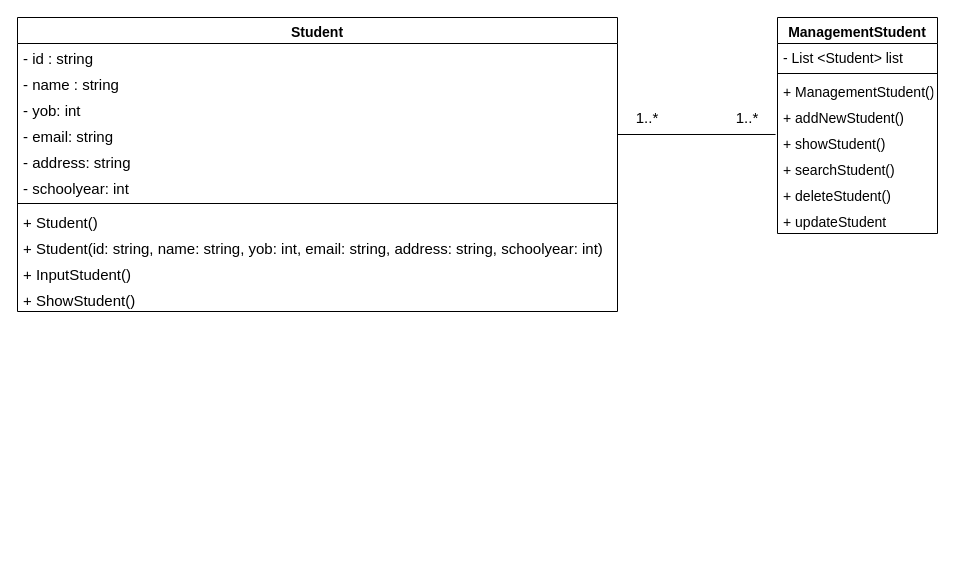
anthanh-github/github keeps this draw.io diagram as classdiargam.drawio. Above is the earlier version. Source tidied: cells renumbered, new cells numbered last; positions are measured from the earlier drawing's top-left corner, leaving out a move shared by most shapes. Both pictures are drawn from the tidied source at 100%, with x=0, y=0 at pixel (17, 17).
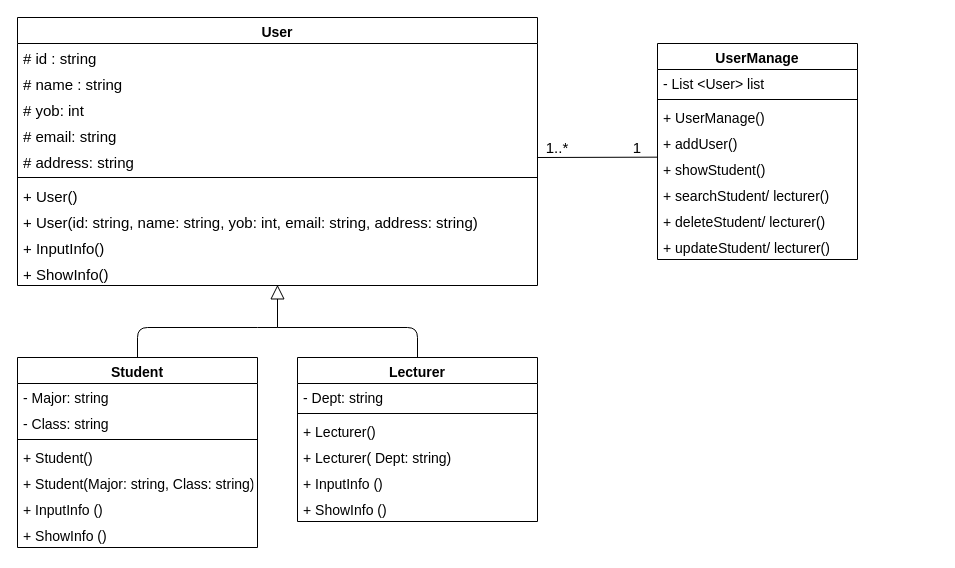
The same diagram, later.

Diff of the diagram source:
```diff
@@
-    <mxCell id="2" value="Student" style="swimlane;fontStyle=1;align=center;verticalAlign=top;horizontal=1;startSize=26;fontSize=14;" parent="1" vertex="1">
-      <mxGeometry width="600" height="294" as="geometry" />
+    <mxCell id="2" value="User" style="swimlane;fontStyle=1;align=center;verticalAlign=top;horizontal=1;startSize=26;fontSize=14;" parent="1" vertex="1">
+      <mxGeometry width="520" height="268" as="geometry" />
     </mxCell>
-    <mxCell id="3" value="- id : string" style="text;strokeColor=none;fillColor=none;align=left;verticalAlign=top;spacingLeft=4;spacingRight=4;overflow=hidden;fontSize=15;" parent="2" vertex="1">
-      <mxGeometry y="26" width="600" height="26" as="geometry" />
+    <mxCell id="3" value="# id : string" style="text;strokeColor=none;fillColor=none;align=left;verticalAlign=top;spacingLeft=4;spacingRight=4;overflow=hidden;fontSize=15;" parent="2" vertex="1">
+      <mxGeometry y="26" width="520" height="26" as="geometry" />
     </mxCell>
-    <mxCell id="4" value="- name : string" style="text;strokeColor=none;fillColor=none;align=left;verticalAlign=top;spacingLeft=4;spacingRight=4;overflow=hidden;fontSize=15;" parent="2" vertex="1">
-      <mxGeometry y="52" width="600" height="26" as="geometry" />
+    <mxCell id="4" value="# name : string" style="text;strokeColor=none;fillColor=none;align=left;verticalAlign=top;spacingLeft=4;spacingRight=4;overflow=hidden;fontSize=15;" parent="2" vertex="1">
+      <mxGeometry y="52" width="520" height="26" as="geometry" />
     </mxCell>
-    <mxCell id="5" value="- yob: int" style="text;strokeColor=none;fillColor=none;align=left;verticalAlign=top;spacingLeft=4;spacingRight=4;overflow=hidden;fontSize=15;" parent="2" vertex="1">
-      <mxGeometry y="78" width="600" height="26" as="geometry" />
+    <mxCell id="5" value="# yob: int" style="text;strokeColor=none;fillColor=none;align=left;verticalAlign=top;spacingLeft=4;spacingRight=4;overflow=hidden;fontSize=15;" parent="2" vertex="1">
+      <mxGeometry y="78" width="520" height="26" as="geometry" />
     </mxCell>
-    <mxCell id="6" value="- email: string" style="text;strokeColor=none;fillColor=none;align=left;verticalAlign=top;spacingLeft=4;spacingRight=4;overflow=hidden;points=[[0,0.5],[1,0.5]];portConstraint=eastwest;fontSize=15;" parent="2" vertex="1">
-      <mxGeometry y="104" width="600" height="26" as="geometry" />
+    <mxCell id="6" value="# email: string" style="text;strokeColor=none;fillColor=none;align=left;verticalAlign=top;spacingLeft=4;spacingRight=4;overflow=hidden;points=[[0,0.5],[1,0.5]];portConstraint=eastwest;fontSize=15;" parent="2" vertex="1">
+      <mxGeometry y="104" width="520" height="26" as="geometry" />
     </mxCell>
-    <mxCell id="7" value="- address: string" style="text;strokeColor=none;fillColor=none;align=left;verticalAlign=top;spacingLeft=4;spacingRight=4;overflow=hidden;points=[[0,0.5],[1,0.5]];portConstraint=eastwest;fontSize=15;" parent="2" vertex="1">
-      <mxGeometry y="130" width="600" height="26" as="geometry" />
+    <mxCell id="7" value="# address: string" style="text;strokeColor=none;fillColor=none;align=left;verticalAlign=top;spacingLeft=4;spacingRight=4;overflow=hidden;points=[[0,0.5],[1,0.5]];portConstraint=eastwest;fontSize=15;" parent="2" vertex="1">
+      <mxGeometry y="130" width="520" height="26" as="geometry" />
     </mxCell>
-    <mxCell id="8" value="- schoolyear: int" style="text;strokeColor=none;fillColor=none;align=left;verticalAlign=top;spacingLeft=4;spacingRight=4;overflow=hidden;fontSize=15;" parent="2" vertex="1">
-      <mxGeometry y="156" width="600" height="26" as="geometry" />
-    </mxCell>
     <mxCell id="9" style="line;strokeWidth=1;fillColor=none;align=left;verticalAlign=middle;spacingTop=-1;spacingLeft=3;spacingRight=3;labelPosition=right;" parent="2" vertex="1">
-      <mxGeometry y="182" width="600" height="8" as="geometry" />
+      <mxGeometry y="156" width="520" height="8" as="geometry" />
     </mxCell>
-    <mxCell id="10" value="+ Student()" style="text;strokeColor=none;fillColor=none;align=left;verticalAlign=top;spacingLeft=4;spacingRight=4;overflow=hidden;fontSize=15;" parent="2" vertex="1">
-      <mxGeometry y="190" width="600" height="26" as="geometry" />
+    <mxCell id="10" value="+ User()" style="text;strokeColor=none;fillColor=none;align=left;verticalAlign=top;spacingLeft=4;spacingRight=4;overflow=hidden;fontSize=15;" parent="2" vertex="1">
+      <mxGeometry y="164" width="520" height="26" as="geometry" />
     </mxCell>
-    <mxCell id="11" value="+ Student(id: string, name: string, yob: int, email: string, address: string, schoolyear: int)" style="text;strokeColor=none;fillColor=none;align=left;verticalAlign=top;spacingLeft=4;spacingRight=4;overflow=hidden;fontSize=15;" parent="2" vertex="1">
-      <mxGeometry y="216" width="600" height="26" as="geometry" />
+    <mxCell id="11" value="+ User(id: string, name: string, yob: int, email: string, address: string)" style="text;strokeColor=none;fillColor=none;align=left;verticalAlign=top;spacingLeft=4;spacingRight=4;overflow=hidden;fontSize=15;" parent="2" vertex="1">
+      <mxGeometry y="190" width="520" height="26" as="geometry" />
     </mxCell>
-    <mxCell id="12" value="+ InputStudent()" style="text;strokeColor=none;fillColor=none;align=left;verticalAlign=top;spacingLeft=4;spacingRight=4;overflow=hidden;fontSize=15;" parent="2" vertex="1">
-      <mxGeometry y="242" width="600" height="26" as="geometry" />
+    <mxCell id="12" value="+ InputInfo()" style="text;strokeColor=none;fillColor=none;align=left;verticalAlign=top;spacingLeft=4;spacingRight=4;overflow=hidden;fontSize=15;" parent="2" vertex="1">
+      <mxGeometry y="216" width="520" height="26" as="geometry" />
     </mxCell>
-    <mxCell id="13" value="+ ShowStudent()" style="text;strokeColor=none;fillColor=none;align=left;verticalAlign=top;spacingLeft=4;spacingRight=4;overflow=hidden;points=[[0,0.5],[1,0.5]];portConstraint=eastwest;fontSize=15;" parent="2" vertex="1">
-      <mxGeometry y="268" width="600" height="26" as="geometry" />
+    <mxCell id="13" value="+ ShowInfo()" style="text;strokeColor=none;fillColor=none;align=left;verticalAlign=top;spacingLeft=4;spacingRight=4;overflow=hidden;points=[[0,0.5],[1,0.5]];portConstraint=eastwest;fontSize=15;" parent="2" vertex="1">
+      <mxGeometry y="242" width="520" height="26" as="geometry" />
     </mxCell>
-    <mxCell id="14" value="ManagementStudent" style="swimlane;fontStyle=1;align=center;verticalAlign=top;horizontal=1;startSize=26;fontSize=14;" parent="1" vertex="1">
-      <mxGeometry x="760" width="160" height="216" as="geometry" />
+    <mxCell id="14" value="UserManage" style="swimlane;fontStyle=1;align=center;verticalAlign=top;horizontal=1;startSize=26;fontSize=14;" parent="1" vertex="1">
+      <mxGeometry x="640" y="26" width="200" height="216" as="geometry" />
     </mxCell>
-    <mxCell id="15" value="- List &lt;Student&gt; list" style="text;strokeColor=none;fillColor=none;align=left;verticalAlign=top;spacingLeft=4;spacingRight=4;overflow=hidden;fontSize=14;" parent="14" vertex="1">
-      <mxGeometry y="26" width="160" height="26" as="geometry" />
+    <mxCell id="15" value="- List &lt;User&gt; list" style="text;strokeColor=none;fillColor=none;align=left;verticalAlign=top;spacingLeft=4;spacingRight=4;overflow=hidden;fontSize=14;" parent="14" vertex="1">
+      <mxGeometry y="26" width="200" height="26" as="geometry" />
     </mxCell>
     <mxCell id="16" style="line;strokeWidth=1;fillColor=none;align=left;verticalAlign=middle;spacingTop=-1;spacingLeft=3;spacingRight=3;labelPosition=right;" parent="14" vertex="1">
-      <mxGeometry y="52" width="160" height="8" as="geometry" />
+      <mxGeometry y="52" width="200" height="8" as="geometry" />
     </mxCell>
-    <mxCell id="17" value="+ ManagementStudent()" style="text;strokeColor=none;fillColor=none;align=left;verticalAlign=top;spacingLeft=4;spacingRight=4;overflow=hidden;fontSize=14;" parent="14" vertex="1">
-      <mxGeometry y="60" width="160" height="26" as="geometry" />
+    <mxCell id="17" value="+ UserManage()" style="text;strokeColor=none;fillColor=none;align=left;verticalAlign=top;spacingLeft=4;spacingRight=4;overflow=hidden;fontSize=14;" parent="14" vertex="1">
+      <mxGeometry y="60" width="200" height="26" as="geometry" />
     </mxCell>
-    <mxCell id="18" value="+ addNewStudent()" style="text;strokeColor=none;fillColor=none;align=left;verticalAlign=top;spacingLeft=4;spacingRight=4;overflow=hidden;points=[[0,0.5],[1,0.5]];portConstraint=eastwest;fontSize=14;" parent="14" vertex="1">
-      <mxGeometry y="86" width="160" height="26" as="geometry" />
+    <mxCell id="18" value="+ addUser()" style="text;strokeColor=none;fillColor=none;align=left;verticalAlign=top;spacingLeft=4;spacingRight=4;overflow=hidden;points=[[0,0.5],[1,0.5]];portConstraint=eastwest;fontSize=14;" parent="14" vertex="1">
+      <mxGeometry y="86" width="200" height="26" as="geometry" />
     </mxCell>
     <mxCell id="19" value="+ showStudent()" style="text;strokeColor=none;fillColor=none;align=left;verticalAlign=top;spacingLeft=4;spacingRight=4;overflow=hidden;points=[[0,0.5],[1,0.5]];portConstraint=eastwest;fontSize=14;" parent="14" vertex="1">
-      <mxGeometry y="112" width="160" height="26" as="geometry" />
+      <mxGeometry y="112" width="200" height="26" as="geometry" />
     </mxCell>
-    <mxCell id="20" value="+ searchStudent()" style="text;strokeColor=none;fillColor=none;align=left;verticalAlign=top;spacingLeft=4;spacingRight=4;overflow=hidden;fontSize=14;" parent="14" vertex="1">
-      <mxGeometry y="138" width="160" height="26" as="geometry" />
+    <mxCell id="20" value="+ searchStudent/ lecturer()" style="text;strokeColor=none;fillColor=none;align=left;verticalAlign=top;spacingLeft=4;spacingRight=4;overflow=hidden;fontSize=14;" parent="14" vertex="1">
+      <mxGeometry y="138" width="200" height="26" as="geometry" />
     </mxCell>
-    <mxCell id="21" value="+ deleteStudent()" style="text;strokeColor=none;fillColor=none;align=left;verticalAlign=top;spacingLeft=4;spacingRight=4;overflow=hidden;fontSize=14;" parent="14" vertex="1">
-      <mxGeometry y="164" width="160" height="26" as="geometry" />
+    <mxCell id="21" value="+ deleteStudent/ lecturer()" style="text;strokeColor=none;fillColor=none;align=left;verticalAlign=top;spacingLeft=4;spacingRight=4;overflow=hidden;fontSize=14;" parent="14" vertex="1">
+      <mxGeometry y="164" width="200" height="26" as="geometry" />
     </mxCell>
-    <mxCell id="22" value="+ updateStudent" style="text;strokeColor=none;fillColor=none;align=left;verticalAlign=top;spacingLeft=4;spacingRight=4;overflow=hidden;fontSize=14;" parent="14" vertex="1">
-      <mxGeometry y="190" width="160" height="26" as="geometry" />
+    <mxCell id="22" value="+ updateStudent/ lecturer()" style="text;strokeColor=none;fillColor=none;align=left;verticalAlign=top;spacingLeft=4;spacingRight=4;overflow=hidden;fontSize=14;" parent="14" vertex="1">
+      <mxGeometry y="190" width="200" height="26" as="geometry" />
     </mxCell>
-    <mxCell id="23" style="endArrow=none;html=1;fontSize=14;exitX=1;exitY=0.5;exitDx=0;exitDy=0;entryX=-0.012;entryY=0.192;entryDx=0;entryDy=0;entryPerimeter=0;" parent="1" edge="1" source="6" target="19">
-      <mxGeometry relative="1" as="geometry" />
-    </mxCell>
     <mxCell id="24" value="&lt;font style=&quot;font-size: 15px&quot;&gt;1..*&lt;/font&gt;" style="text;html=1;strokeColor=none;fillColor=none;align=center;verticalAlign=middle;whiteSpace=wrap;rounded=0;fontSize=14;" parent="1" vertex="1">
-      <mxGeometry x="610" y="90" width="40" height="20" as="geometry" />
+      <mxGeometry x="520" y="120" width="40" height="20" as="geometry" />
     </mxCell>
-    <mxCell id="25" value="&lt;font style=&quot;font-size: 15px&quot;&gt;1..*&lt;/font&gt;" style="text;html=1;strokeColor=none;fillColor=none;align=center;verticalAlign=middle;whiteSpace=wrap;rounded=0;fontSize=14;" parent="1" vertex="1">
-      <mxGeometry x="710" y="90" width="40" height="20" as="geometry" />
+    <mxCell id="25" value="&lt;span style=&quot;font-size: 15px&quot;&gt;1&lt;/span&gt;" style="text;html=1;strokeColor=none;fillColor=none;align=center;verticalAlign=middle;whiteSpace=wrap;rounded=0;fontSize=14;" parent="1" vertex="1">
+      <mxGeometry x="600" y="120" width="40" height="20" as="geometry" />
     </mxCell>
+    <mxCell id="26" value="Student" style="swimlane;fontStyle=1;align=center;verticalAlign=top;horizontal=1;startSize=26;fontSize=14;" parent="1" vertex="1">
+      <mxGeometry y="340" width="240" height="190" as="geometry" />
+    </mxCell>
+    <mxCell id="27" value="- Major: string" style="text;strokeColor=none;fillColor=none;align=left;verticalAlign=top;spacingLeft=4;spacingRight=4;overflow=hidden;fontSize=14;" parent="26" vertex="1">
+      <mxGeometry y="26" width="240" height="26" as="geometry" />
+    </mxCell>
+    <mxCell id="28" value="- Class: string" style="text;strokeColor=none;fillColor=none;align=left;verticalAlign=top;spacingLeft=4;spacingRight=4;overflow=hidden;fontSize=14;" parent="26" vertex="1">
+      <mxGeometry y="52" width="240" height="26" as="geometry" />
+    </mxCell>
+    <mxCell id="29" style="line;strokeWidth=1;fillColor=none;align=left;verticalAlign=middle;spacingTop=-1;spacingLeft=3;spacingRight=3;labelPosition=right;" parent="26" vertex="1">
+      <mxGeometry y="78" width="240" height="8" as="geometry" />
+    </mxCell>
+    <mxCell id="30" value="+ Student()" style="text;strokeColor=none;fillColor=none;align=left;verticalAlign=top;spacingLeft=4;spacingRight=4;overflow=hidden;fontSize=14;" parent="26" vertex="1">
+      <mxGeometry y="86" width="240" height="26" as="geometry" />
+    </mxCell>
+    <mxCell id="31" value="+ Student(Major: string, Class: string)" style="text;strokeColor=none;fillColor=none;align=left;verticalAlign=top;spacingLeft=4;spacingRight=4;overflow=hidden;fontSize=14;" parent="26" vertex="1">
+      <mxGeometry y="112" width="240" height="26" as="geometry" />
+    </mxCell>
+    <mxCell id="32" value="+ InputInfo ()" style="text;strokeColor=none;fillColor=none;align=left;verticalAlign=top;spacingLeft=4;spacingRight=4;overflow=hidden;fontSize=14;" parent="26" vertex="1">
+      <mxGeometry y="138" width="240" height="26" as="geometry" />
+    </mxCell>
+    <mxCell id="33" value="+ ShowInfo ()" style="text;strokeColor=none;fillColor=none;align=left;verticalAlign=top;spacingLeft=4;spacingRight=4;overflow=hidden;fontSize=14;" parent="26" vertex="1">
+      <mxGeometry y="164" width="240" height="26" as="geometry" />
+    </mxCell>
+    <mxCell id="34" value="Lecturer" style="swimlane;fontStyle=1;align=center;verticalAlign=top;horizontal=1;startSize=26;fontSize=14;" parent="1" vertex="1">
+      <mxGeometry x="280" y="340" width="240" height="164" as="geometry" />
+    </mxCell>
+    <mxCell id="35" value="- Dept: string" style="text;strokeColor=none;fillColor=none;align=left;verticalAlign=top;spacingLeft=4;spacingRight=4;overflow=hidden;fontSize=14;" parent="34" vertex="1">
+      <mxGeometry y="26" width="240" height="26" as="geometry" />
+    </mxCell>
+    <mxCell id="36" style="line;strokeWidth=1;fillColor=none;align=left;verticalAlign=middle;spacingTop=-1;spacingLeft=3;spacingRight=3;labelPosition=right;" parent="34" vertex="1">
+      <mxGeometry y="52" width="240" height="8" as="geometry" />
+    </mxCell>
+    <mxCell id="37" value="+ Lecturer()" style="text;strokeColor=none;fillColor=none;align=left;verticalAlign=top;spacingLeft=4;spacingRight=4;overflow=hidden;fontSize=14;" parent="34" vertex="1">
+      <mxGeometry y="60" width="240" height="26" as="geometry" />
+    </mxCell>
+    <mxCell id="38" value="+ Lecturer( Dept: string)" style="text;strokeColor=none;fillColor=none;align=left;verticalAlign=top;spacingLeft=4;spacingRight=4;overflow=hidden;fontSize=14;" parent="34" vertex="1">
+      <mxGeometry y="86" width="240" height="26" as="geometry" />
+    </mxCell>
+    <mxCell id="39" value="+ InputInfo ()" style="text;strokeColor=none;fillColor=none;align=left;verticalAlign=top;spacingLeft=4;spacingRight=4;overflow=hidden;fontSize=14;" parent="34" vertex="1">
+      <mxGeometry y="112" width="240" height="26" as="geometry" />
+    </mxCell>
+    <mxCell id="40" value="+ ShowInfo ()" style="text;strokeColor=none;fillColor=none;align=left;verticalAlign=top;spacingLeft=4;spacingRight=4;overflow=hidden;fontSize=14;" parent="34" vertex="1">
+      <mxGeometry y="138" width="240" height="26" as="geometry" />
+    </mxCell>
+    <mxCell id="41" style="endArrow=none;html=1;exitX=0.5;exitY=0;exitDx=0;exitDy=0;entryX=0.5;entryY=0;entryDx=0;entryDy=0;" parent="1" edge="1" source="26" target="34">
+      <mxGeometry relative="1" as="geometry">
+        <Array as="points">
+          <mxPoint x="120" y="310" />
+          <mxPoint x="250" y="310" />
+          <mxPoint x="400" y="310" />
+        </Array>
+      </mxGeometry>
+    </mxCell>
+    <mxCell id="42" style="endArrow=block;endFill=0;endSize=12;html=1;entryX=0.5;entryY=0.976;entryDx=0;entryDy=0;entryPerimeter=0;" parent="1" edge="1" target="13">
+      <mxGeometry relative="1" as="geometry">
+        <mxPoint x="260" y="310" as="sourcePoint" />
+      </mxGeometry>
+    </mxCell>
+    <mxCell id="43" style="endArrow=none;html=1;exitX=0.999;exitY=0.385;exitDx=0;exitDy=0;exitPerimeter=0;entryX=-0.002;entryY=1.064;entryDx=0;entryDy=0;entryPerimeter=0;" parent="1" edge="1" source="7" target="18">
+      <mxGeometry relative="1" as="geometry" />
+    </mxCell>
```
